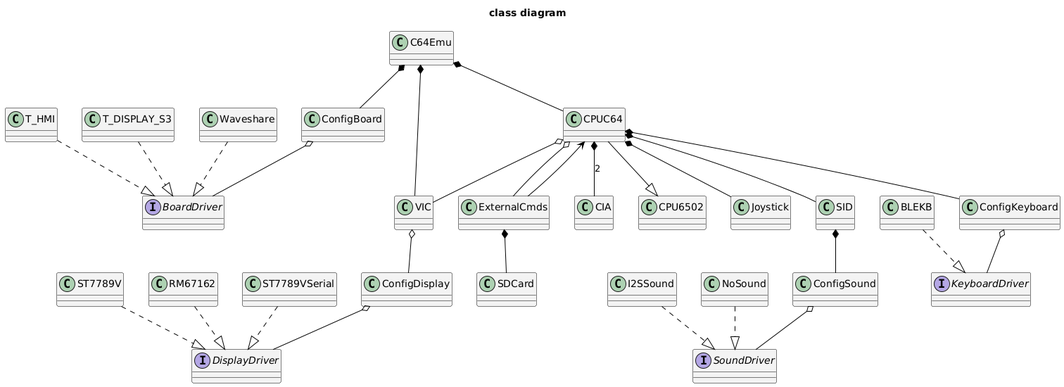
retroelec/T-HMI-C64 keeps this PlantUML diagram as doc/classdiagram.png. Above is the earlier version.
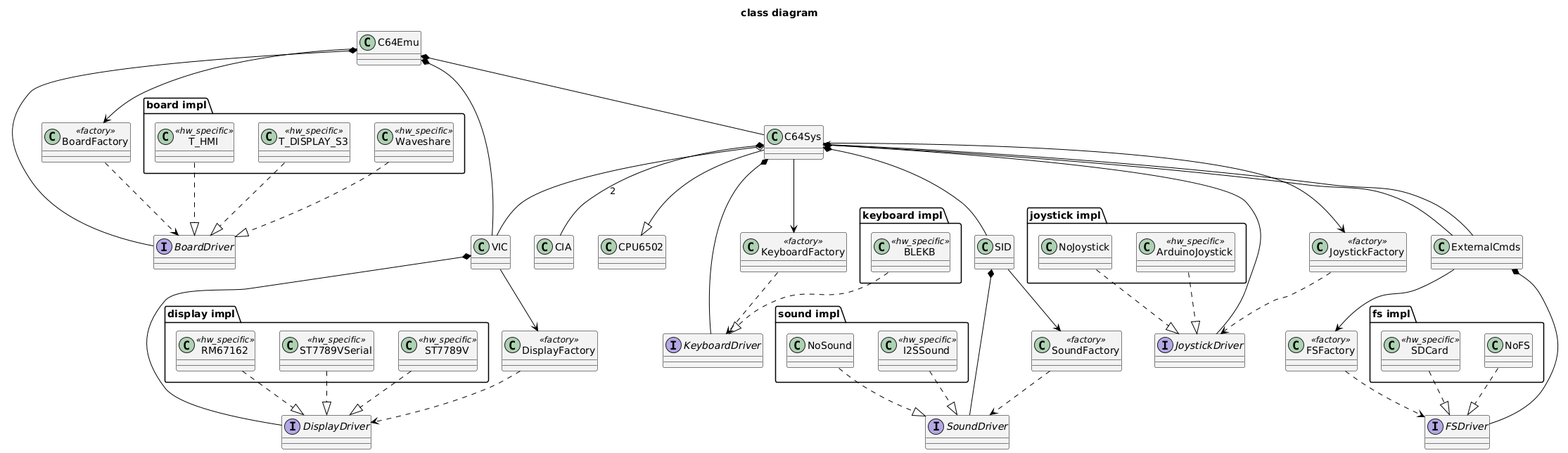
The same diagram one commit later.

Diff of the diagram source:
```diff
@@ -11,63 +11,102 @@
 interface DisplayDriver
 interface SoundDriver
 interface KeyboardDriver
+interface FSDriver
+interface JoystickDriver
 
 class C64Emu
-class CPUC64
+class C64Sys
 class VIC
-class T_HMI
-class T_DISPLAY_S3
-class Waveshare
-class BLEKB
 class ExternalCmds
 class CIA
 class CPU6502
-class Joystick
 class SID
-class SDCard
-class ST7789V
-class RM67162
-class ST7789VSerial
-class I2SSound
+
+package "board impl" {
+class T_HMI <<hw_specific>>
+class T_DISPLAY_S3 <<hw_specific>>
+class Waveshare <<hw_specific>>
+}
+
+package "keyboard impl" {
+class BLEKB <<hw_specific>>
+}
+
+package "display impl" {
+class ST7789V <<hw_specific>>
+class RM67162 <<hw_specific>>
+class ST7789VSerial <<hw_specific>>
+}
+
+package "sound impl" {
+class I2SSound <<hw_specific>>
 class NoSound
-class ConfigBoard
-class ConfigDisplay
-class ConfigSound
-class ConfigKeyboard
+}
+
+package "fs impl" {
+class SDCard <<hw_specific>>
+class NoFS
+}
+
+package "joystick impl" {
+class ArduinoJoystick <<hw_specific>>
+class NoJoystick
+}
+
+class BoardFactory <<factory>>
+class DisplayFactory <<factory>>
+class SoundFactory <<factory>>
+class KeyboardFactory <<factory>>
+class FSFactory <<factory>>
+class JoystickFactory <<factory>>
 
 T_HMI ..|> BoardDriver
 T_DISPLAY_S3 ..|> BoardDriver
 Waveshare ..|> BoardDriver
-ConfigBoard o-- BoardDriver
 
-C64Emu *-- CPUC64
+C64Emu *-- BoardDriver
+C64Emu --> BoardFactory
+BoardFactory ..> BoardDriver
+C64Emu *-- C64Sys
 C64Emu *-- VIC
-C64Emu *-- ConfigBoard
 
 BLEKB ..|> KeyboardDriver
-ConfigKeyboard o-- KeyboardDriver
 
-CPUC64 --|> CPU6502
-CPUC64 o-- ExternalCmds
-ExternalCmds --> CPUC64
-CPUC64 o-- VIC
-CPUC64 *-- CIA : 2
-CPUC64 *-- Joystick
-CPUC64 *-- SID
-CPUC64 *-- ConfigKeyboard
+ArduinoJoystick ..|> JoystickDriver
+NoJoystick ..|> JoystickDriver
+
+C64Sys *-- KeyboardDriver
+C64Sys --> KeyboardFactory
+KeyboardFactory ..> KeyboardDriver
+C64Sys *-- JoystickDriver
+C64Sys --> JoystickFactory
+JoystickFactory ..> JoystickDriver
+C64Sys --|> CPU6502
+C64Sys o-- ExternalCmds
+C64Sys o-- VIC
+C64Sys *-- CIA : 2
+C64Sys *-- SID
+
+SDCard ..|> FSDriver
+NoFS ..|> FSDriver
+
+ExternalCmds *-- FSDriver
+ExternalCmds --> FSFactory
+FSFactory ..> FSDriver
+ExternalCmds --> C64Sys
 
 ST7789V ..|> DisplayDriver
 RM67162 ..|> DisplayDriver
 ST7789VSerial ..|> DisplayDriver
-ConfigDisplay o-- DisplayDriver
 
-VIC o-- ConfigDisplay
+VIC *-- DisplayDriver
+VIC --> DisplayFactory
+DisplayFactory ..> DisplayDriver
 
 I2SSound ..|> SoundDriver
 NoSound ..|> SoundDriver
-ConfigSound o-- SoundDriver
 
-SID *-- ConfigSound
-
-ExternalCmds *-- SDCard
+SID *-- SoundDriver
+SID --> SoundFactory
+SoundFactory ..> SoundDriver
 @enduml
```
